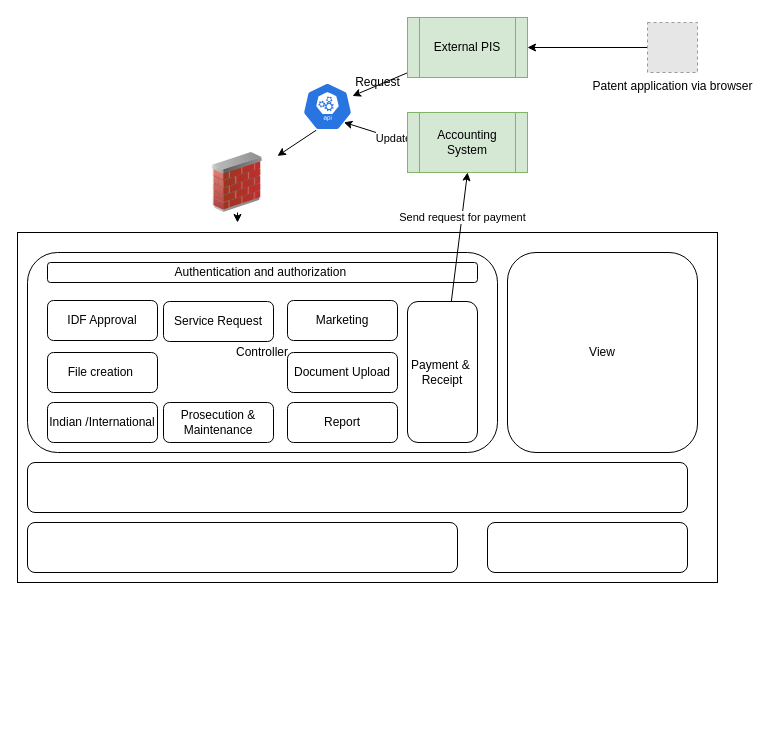
Earlier version of the draw.io diagram deployment.drawio (shpriya-bits/github-upload). Source tidied: cells renumbered, new cells numbered last; positions are measured from the earlier drawing's top-left corner, leaving out a move shared by most shapes. Both pictures are drawn from the tidied source at 100%, with x=0, y=0 at pixel (17, 17). Pictures stored in the file or linked from it are replaced by grey dashed boxes.
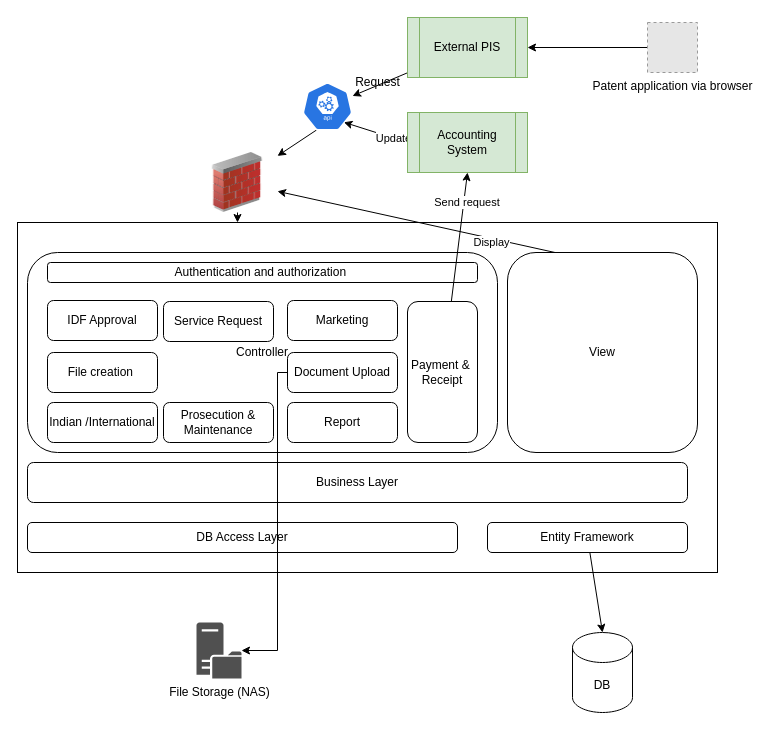
Above is the later version.

The change refers to these unchanged cells:
```xml
<mxCell id="5" style="image;html=1;image=img/lib/clip_art/networking/Firewall_02_128x128.png;" parent="1" vertex="1">
  <mxGeometry x="180" y="135" width="80" height="60" as="geometry" />
</mxCell>
<mxCell id="7" value="View" style="rounded=1;whiteSpace=wrap;html=1;" parent="1" vertex="1">
  <mxGeometry x="490" y="235" width="190" height="200" as="geometry" />
</mxCell>
<mxCell id="19" value="Document Upload" style="rounded=1;whiteSpace=wrap;html=1;" parent="1" vertex="1">
  <mxGeometry x="270" y="335" width="110" height="40" as="geometry" />
</mxCell>
<mxCell id="28" style="edgeStyle=none;rounded=0;jettySize=auto;html=1;entryX=0.5;entryY=1;entryDx=0;entryDy=0;" parent="1" edge="1" source="30" target="27">
  <mxGeometry relative="1" as="geometry" />
</mxCell>
```

Diff of the diagram source:
```diff
@@
     <mxCell id="6" style="rounded=0;whiteSpace=wrap;html=1;" parent="1" vertex="1">
-      <mxGeometry y="215" width="700" height="350" as="geometry" />
+      <mxGeometry y="205" width="700" height="350" as="geometry" />
     </mxCell>
+    <mxCell id="32" style="edgeStyle=none;rounded=0;jettySize=auto;html=1;exitX=0.25;exitY=0;exitDx=0;exitDy=0;" parent="1" edge="1" source="7" target="5">
+      <mxGeometry relative="1" as="geometry" />
+    </mxCell>
+    <mxCell id="33" value="Display" style="edgeLabel;html=1;align=center;verticalAlign=middle;" parent="32" vertex="1">
+      <mxGeometry x="-0.55" y="3" relative="1" as="geometry">
+        <mxPoint x="-1" as="offset" />
+      </mxGeometry>
+    </mxCell>
@@
-    <mxCell id="9" style="rounded=1;whiteSpace=wrap;html=1;" parent="1" vertex="1">
-      <mxGeometry x="10" y="445" width="660" height="50" as="geometry" />
+    <mxCell id="9" value="Business Layer" style="rounded=1;whiteSpace=wrap;html=1;" parent="1" vertex="1">
+      <mxGeometry x="10" y="445" width="660" height="40" as="geometry" />
     </mxCell>
-    <mxCell id="10" style="rounded=1;whiteSpace=wrap;html=1;" parent="1" vertex="1">
-      <mxGeometry x="10" y="505" width="430" height="50" as="geometry" />
+    <mxCell id="10" value="DB Access Layer" style="rounded=1;whiteSpace=wrap;html=1;" parent="1" vertex="1">
+      <mxGeometry x="10" y="505" width="430" height="30" as="geometry" />
     </mxCell>
+    <mxCell id="34" style="edgeStyle=none;rounded=0;jettySize=auto;html=1;entryX=0.5;entryY=0;entryDx=0;entryDy=0;entryPerimeter=0;" parent="1" edge="1" source="11" target="36">
+      <mxGeometry relative="1" as="geometry" />
+    </mxCell>
-    <mxCell id="11" style="rounded=1;whiteSpace=wrap;html=1;" parent="1" vertex="1">
-      <mxGeometry x="470" y="505" width="200" height="50" as="geometry" />
+    <mxCell id="11" value="Entity Framework" style="rounded=1;whiteSpace=wrap;html=1;" parent="1" vertex="1">
+      <mxGeometry x="470" y="505" width="200" height="30" as="geometry" />
     </mxCell>
@@
+    <mxCell id="35" style="edgeStyle=orthogonalEdgeStyle;rounded=0;jettySize=auto;html=1;" parent="1" edge="1" source="19" target="37">
+      <mxGeometry relative="1" as="geometry">
+        <Array as="points">
+          <mxPoint x="260" y="355" />
+          <mxPoint x="260" y="633" />
+        </Array>
+      </mxGeometry>
+    </mxCell>
@@
-    <mxCell id="29" value="Send request for payment" style="edgeLabel;html=1;align=center;verticalAlign=middle;" parent="28" vertex="1">
-      <mxGeometry x="0.31" relative="1" as="geometry" />
+    <mxCell id="29" value="Send request&amp;nbsp;" style="edgeLabel;html=1;align=center;verticalAlign=middle;" parent="28" vertex="1">
+      <mxGeometry x="0.31" relative="1" as="geometry">
+        <mxPoint x="5.6" y="-14.7" as="offset" />
+      </mxGeometry>
     </mxCell>
@@
+    <mxCell id="36" value="DB" style="shape=cylinder3;whiteSpace=wrap;html=1;boundedLbl=1;backgroundOutline=1;size=15;" parent="1" vertex="1">
+      <mxGeometry x="555" y="615" width="60" height="80" as="geometry" />
+    </mxCell>
+    <mxCell id="37" value="File Storage (NAS)" style="shadow=0;dashed=0;html=1;strokeColor=none;fillColor=#505050;labelPosition=center;verticalLabelPosition=bottom;verticalAlign=top;outlineConnect=0;align=center;shape=mxgraph.office.servers.file_server;" parent="1" vertex="1">
+      <mxGeometry x="179" y="605" width="45" height="56" as="geometry" />
+    </mxCell>
```
